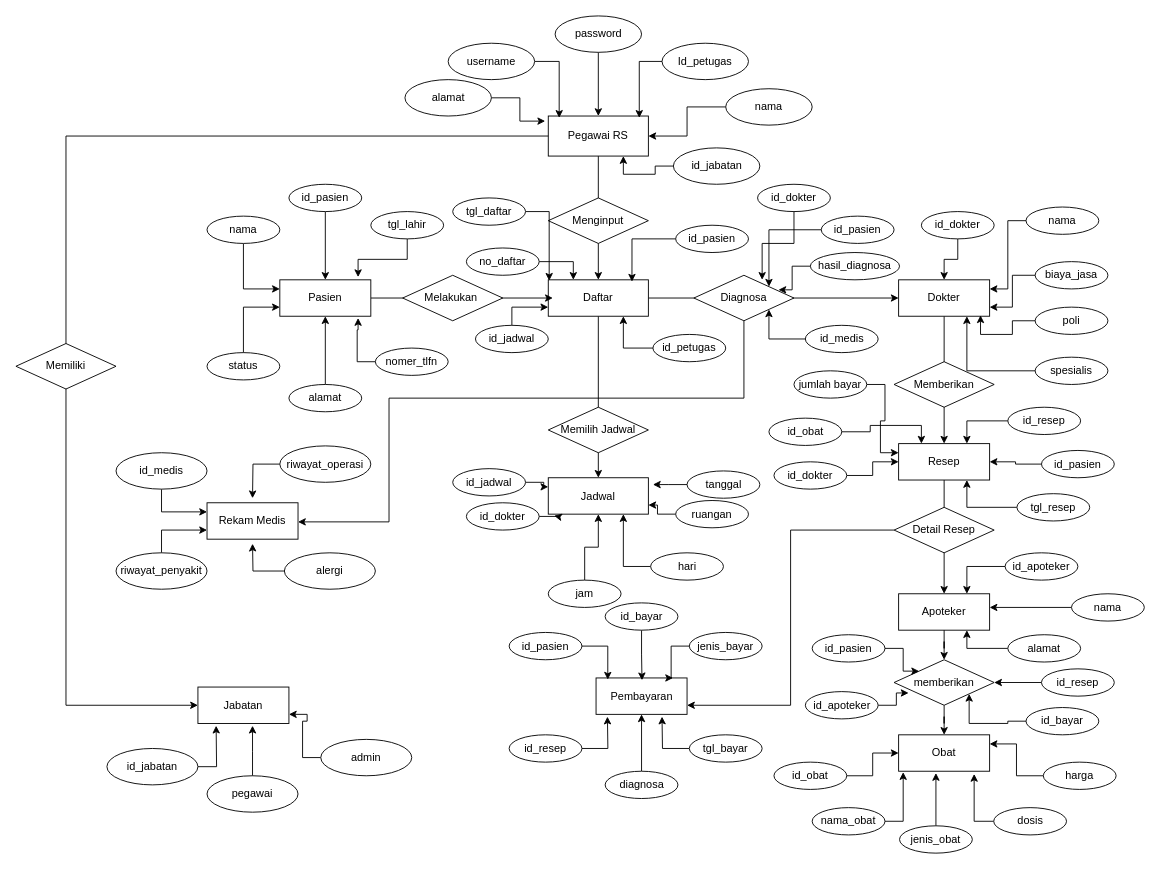
Earlier version of the draw.io diagram Untitled Diagram.drawio (adamthalib/ERD). Source tidied: cells renumbered, new cells numbered last; positions are measured from the earlier drawing's top-left corner, leaving out a move shared by most shapes. Both pictures are drawn from the tidied source at 91%, with x=0, y=0 at pixel (15, 15).
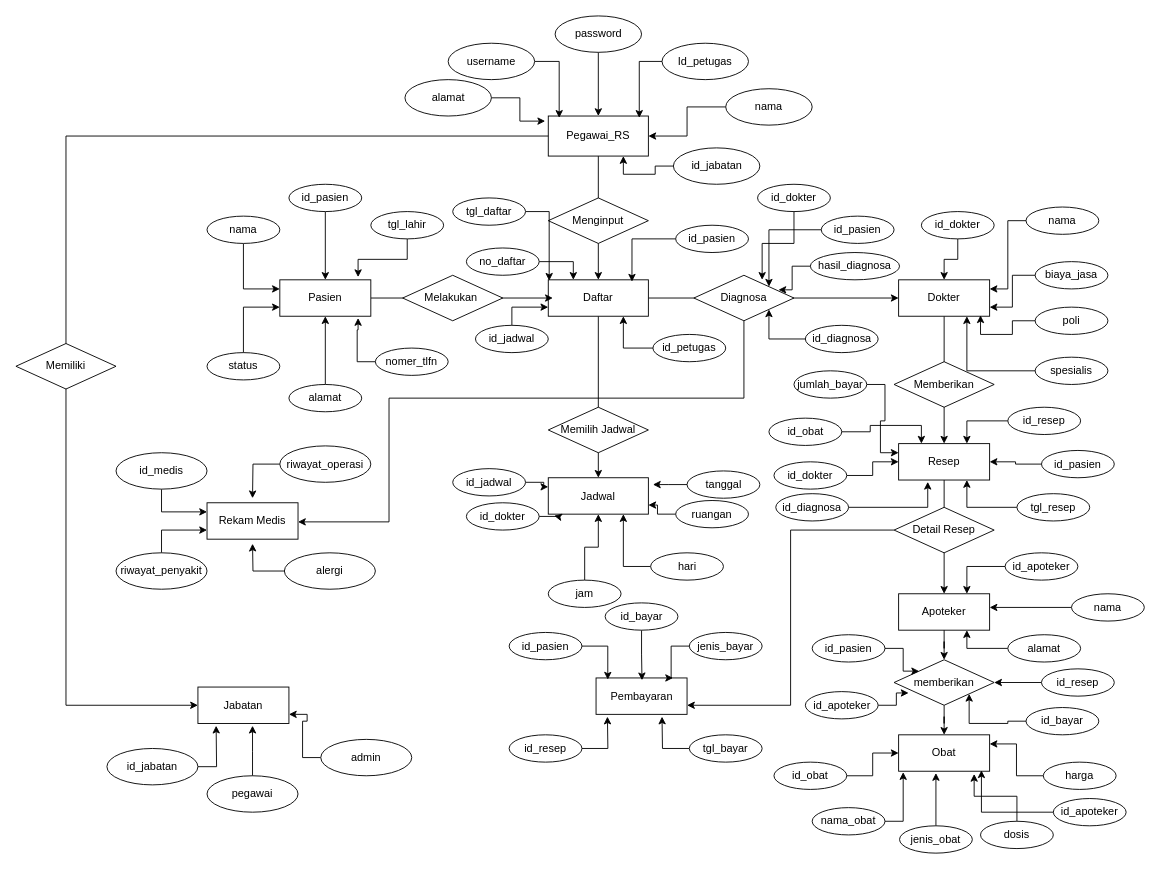
The same diagram, later.

The change refers to these unchanged cells:
```xml
<mxCell id="18" value="Resep" style="rounded=0;whiteSpace=wrap;html=1;" parent="1" vertex="1">
  <mxGeometry x="970" y="470" width="100" height="40" as="geometry" />
</mxCell>
<mxCell id="24" value="Pembayaran" style="rounded=0;whiteSpace=wrap;html=1;" parent="1" vertex="1">
  <mxGeometry x="637.5" y="727.5" width="100" height="40" as="geometry" />
</mxCell>
<mxCell id="25" value="Obat" style="rounded=0;whiteSpace=wrap;html=1;" parent="1" vertex="1">
  <mxGeometry x="970" y="790" width="100" height="40" as="geometry" />
</mxCell>
```

What changed in the source:
```diff
@@
-    <mxCell id="6" value="Pegawai RS" style="rounded=0;whiteSpace=wrap;html=1;" parent="1" vertex="1">
+    <mxCell id="6" value="Pegawai_RS" style="rounded=0;whiteSpace=wrap;html=1;" parent="1" vertex="1">
       <mxGeometry x="585" y="110" width="110" height="44" as="geometry" />
     </mxCell>
@@
-    <mxCell id="83" value="jumlah bayar" style="ellipse;whiteSpace=wrap;html=1;" parent="1" vertex="1">
+    <mxCell id="83" value="jumlah_bayar" style="ellipse;whiteSpace=wrap;html=1;" parent="1" vertex="1">
       <mxGeometry x="855" y="390" width="80" height="30" as="geometry" />
     </mxCell>
@@
     <mxCell id="101" value="dosis" style="ellipse;whiteSpace=wrap;html=1;" parent="1" vertex="1">
-      <mxGeometry x="1074.5" y="870" width="80" height="30" as="geometry" />
+      <mxGeometry x="1060" y="885" width="80" height="30" as="geometry" />
     </mxCell>
@@
-    <mxCell id="120" style="edgeStyle=orthogonalEdgeStyle;rounded=0;jettySize=auto;html=1;entryX=0.5;entryY=1;entryDx=0;entryDy=0;" parent="1" edge="1" source="121" target="24">
-      <mxGeometry relative="1" as="geometry" />
-    </mxCell>
-    <mxCell id="121" value="diagnosa" style="ellipse;whiteSpace=wrap;html=1;" parent="1" vertex="1">
-      <mxGeometry x="647.5" y="830" width="80" height="30" as="geometry" />
-    </mxCell>
@@
-    <mxCell id="146" value="id_medis" style="ellipse;whiteSpace=wrap;html=1;" parent="1" vertex="1">
+    <mxCell id="146" value="id_diagnosa" style="ellipse;whiteSpace=wrap;html=1;" parent="1" vertex="1">
       <mxGeometry x="867.5" y="340" width="80" height="30" as="geometry" />
     </mxCell>
@@
+    <mxCell id="158" style="edgeStyle=orthogonalEdgeStyle;rounded=0;jettySize=auto;html=1;entryX=0.32;entryY=1.05;entryDx=0;entryDy=0;entryPerimeter=0;" parent="1" edge="1" source="159" target="18">
+      <mxGeometry relative="1" as="geometry" />
+    </mxCell>
+    <mxCell id="159" value="id_diagnosa" style="ellipse;whiteSpace=wrap;html=1;" parent="1" vertex="1">
+      <mxGeometry x="835" y="525" width="80" height="30" as="geometry" />
+    </mxCell>
+    <mxCell id="160" style="edgeStyle=orthogonalEdgeStyle;rounded=0;jettySize=auto;html=1;entryX=0.91;entryY=0.975;entryDx=0;entryDy=0;entryPerimeter=0;" parent="1" edge="1" source="161" target="25">
+      <mxGeometry relative="1" as="geometry" />
+    </mxCell>
+    <mxCell id="161" value="id_apoteker" style="ellipse;whiteSpace=wrap;html=1;" parent="1" vertex="1">
+      <mxGeometry x="1140" y="860" width="80" height="30" as="geometry" />
+    </mxCell>
```
